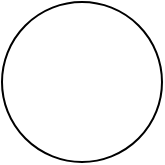
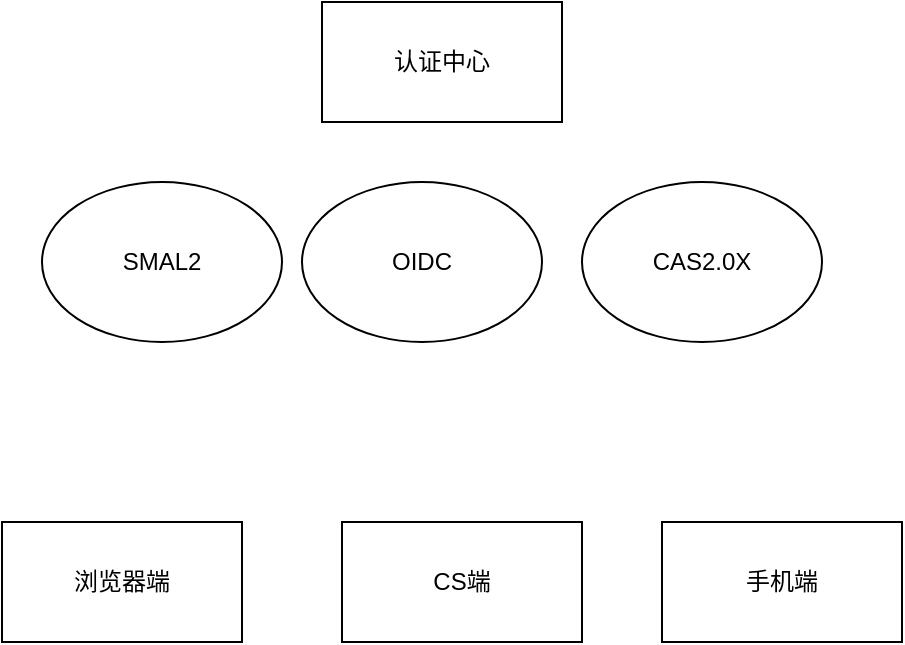
<mxfile host="app.diagrams.net">
  <diagram name="第 1 页" id="FNG4i9f91mwD7ZXRyC5h">
    <mxGraphModel dx="846" dy="558" grid="1" gridSize="10" guides="1" tooltips="1" connect="1" arrows="1" fold="1" page="1" pageScale="1" pageWidth="827" pageHeight="1169" math="0" shadow="0">
      <root>
        <mxCell id="0" />
        <mxCell id="1" parent="0" />
-         <mxCell id="AgmTakg3ZuGMiOWnbBuM-1" parent="1" style="ellipse;whiteSpace=wrap;html=1;aspect=fixed;" value="" vertex="1">
-           <mxGeometry height="80" width="80" x="100" y="230" as="geometry" />
+         <mxCell id="k2U8XZ2Olf_lEfXQIG3k-1" parent="1" style="rounded=0;whiteSpace=wrap;html=1;" value="认证中心" vertex="1">
+           <mxGeometry height="60" width="120" x="320" y="170" as="geometry" />
+         </mxCell>
+         <mxCell id="k2U8XZ2Olf_lEfXQIG3k-3" parent="1" style="ellipse;whiteSpace=wrap;html=1;" value="OIDC" vertex="1">
+           <mxGeometry height="80" width="120" x="310" y="260" as="geometry" />
+         </mxCell>
+         <mxCell id="k2U8XZ2Olf_lEfXQIG3k-4" parent="1" style="ellipse;whiteSpace=wrap;html=1;" value="SMAL2" vertex="1">
+           <mxGeometry height="80" width="120" x="180" y="260" as="geometry" />
+         </mxCell>
+         <mxCell id="k2U8XZ2Olf_lEfXQIG3k-5" parent="1" style="ellipse;whiteSpace=wrap;html=1;" value="CAS2.0X" vertex="1">
+           <mxGeometry height="80" width="120" x="450" y="260" as="geometry" />
+         </mxCell>
+         <mxCell id="k2U8XZ2Olf_lEfXQIG3k-6" parent="1" style="rounded=0;whiteSpace=wrap;html=1;" value="浏览器端" vertex="1">
+           <mxGeometry height="60" width="120" x="160" y="430" as="geometry" />
+         </mxCell>
+         <mxCell id="k2U8XZ2Olf_lEfXQIG3k-7" parent="1" style="rounded=0;whiteSpace=wrap;html=1;" value="CS端" vertex="1">
+           <mxGeometry height="60" width="120" x="330" y="430" as="geometry" />
+         </mxCell>
+         <mxCell id="k2U8XZ2Olf_lEfXQIG3k-8" parent="1" style="rounded=0;whiteSpace=wrap;html=1;" value="手机端" vertex="1">
+           <mxGeometry height="60" width="120" x="490" y="430" as="geometry" />
        </mxCell>
      </root>
    </mxGraphModel>
  </diagram>
</mxfile>
